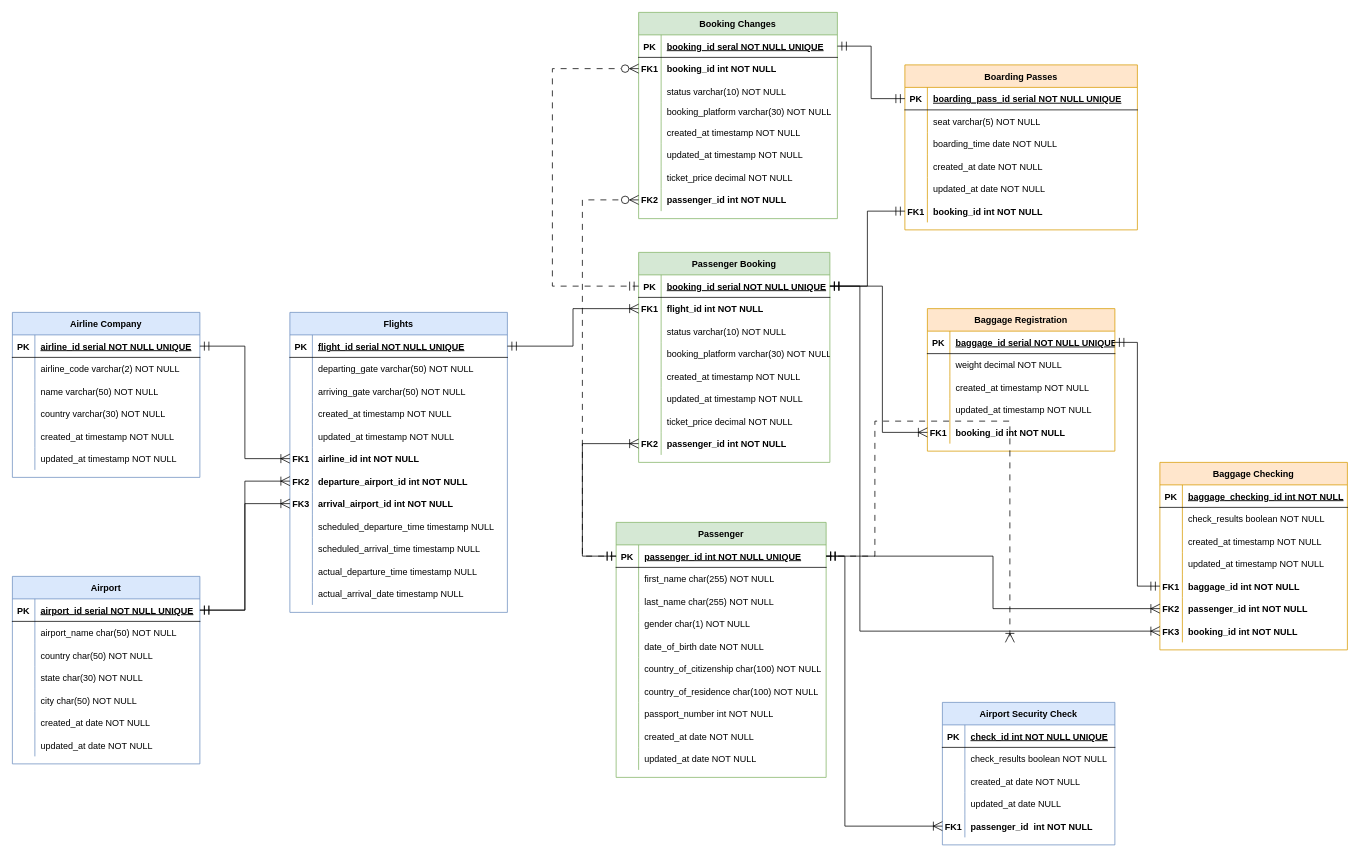
Above: Assignment1-DBMS.drawio in AnyokaCS/DBMS (draw.io), before the change. Source tidied: cells renumbered, new cells numbered last; positions are measured from the earlier drawing's top-left corner, leaving out a move shared by most shapes. Both pictures are drawn from the tidied source at 75%, with x=0, y=0 at pixel (12, 12).
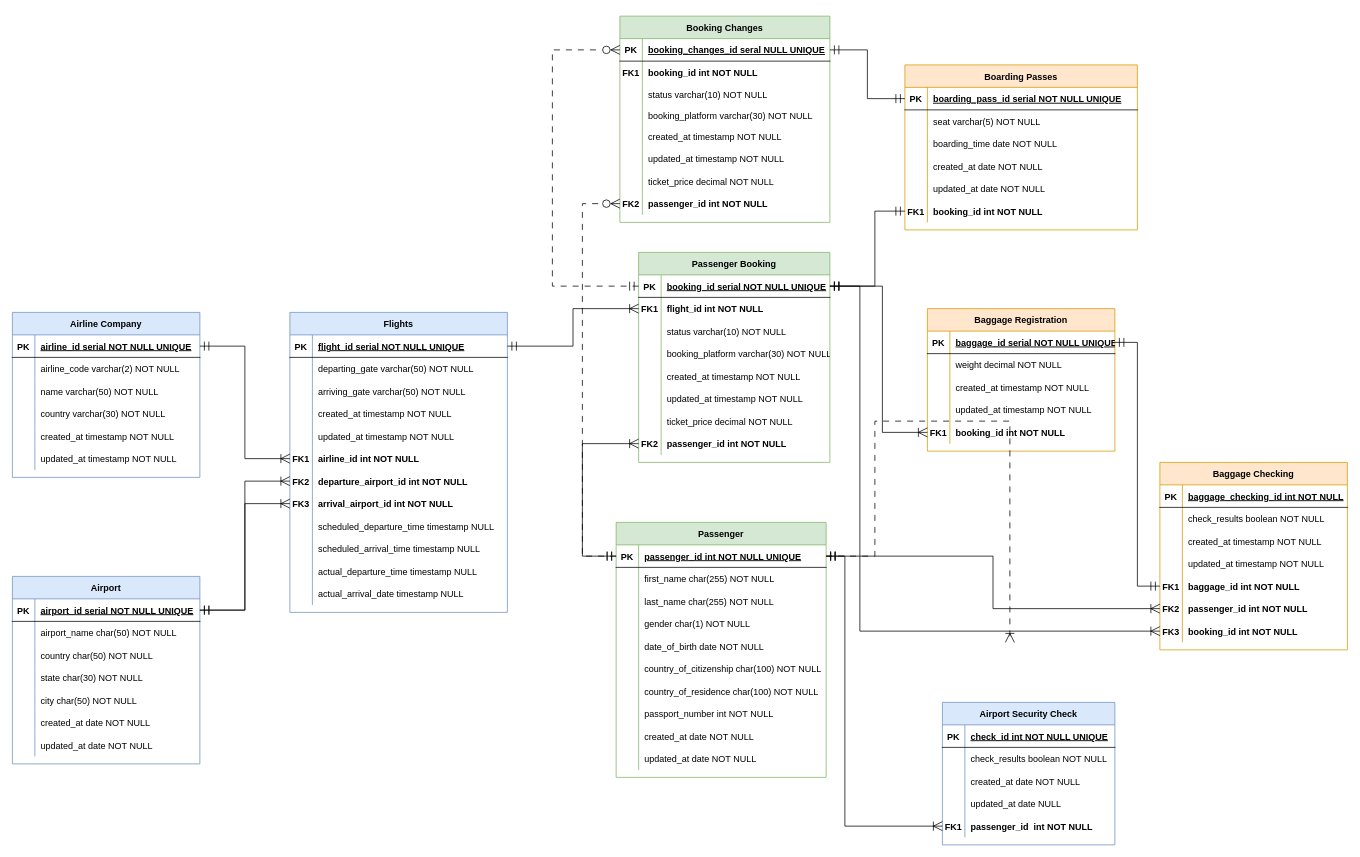
The same page after the edit.

The change refers to these unchanged cells:
```xml
<mxCell id="84" style="shape=partialRectangle;fillColor=none;points=[[0,0.5],[1,0.5]];portConstraint=eastwest;top=0;left=0;right=0;bottom=1;" parent="83" vertex="1">
  <mxGeometry y="30" width="255" height="30" as="geometry" />
</mxCell>
<mxCell id="184" style="shape=partialRectangle;fillColor=none;points=[[0,0.5],[1,0.5]];portConstraint=eastwest;top=0;left=0;right=0;bottom=0;" parent="168" vertex="1">
  <mxGeometry y="180" width="310" height="30" as="geometry" />
</mxCell>
```

The edit, as a diff of the source:
```diff
@@
     <mxCell id="141" value="Booking Changes" style="shape=table;startSize=30;childLayout=tableLayout;rowLines=0;fontStyle=1;align=center;fillColor=#d5e8d4;strokeColor=#82b366;" parent="1" vertex="1">
-      <mxGeometry x="835" width="265" height="275" as="geometry" />
+      <mxGeometry x="810" y="5" width="280" height="275" as="geometry" />
     </mxCell>
     <mxCell id="142" style="shape=partialRectangle;fillColor=none;points=[[0,0.5],[1,0.5]];portConstraint=eastwest;top=0;left=0;right=0;bottom=1;" parent="141" vertex="1">
-      <mxGeometry y="30" width="265" height="30" as="geometry" />
+      <mxGeometry y="30" width="280" height="30" as="geometry" />
     </mxCell>
@@
-    <mxCell id="144" value="booking_id seral NOT NULL UNIQUE" style="shape=partialRectangle;overflow=hidden;fillColor=none;top=0;left=0;bottom=0;right=0;align=left;spacingLeft=6;fontStyle=5;" parent="142" vertex="1">
-      <mxGeometry x="30" width="235" height="30" as="geometry" />
+    <mxCell id="144" value="booking_changes_id seral NULL UNIQUE" style="shape=partialRectangle;overflow=hidden;fillColor=none;top=0;left=0;bottom=0;right=0;align=left;spacingLeft=6;fontStyle=5;" parent="142" vertex="1">
+      <mxGeometry x="30" width="250" height="30" as="geometry" />
     </mxCell>
     <mxCell id="145" style="shape=partialRectangle;fillColor=none;points=[[0,0.5],[1,0.5]];portConstraint=eastwest;top=0;left=0;right=0;bottom=0;" parent="141" vertex="1">
-      <mxGeometry y="60" width="265" height="30" as="geometry" />
+      <mxGeometry y="60" width="280" height="30" as="geometry" />
     </mxCell>
@@
     <mxCell id="147" value="booking_id int NOT NULL" style="shape=partialRectangle;overflow=hidden;fillColor=none;top=0;left=0;bottom=0;right=0;align=left;spacingLeft=6;fontStyle=1;" parent="145" vertex="1">
-      <mxGeometry x="30" width="235" height="30" as="geometry" />
+      <mxGeometry x="30" width="250" height="30" as="geometry" />
     </mxCell>
     <mxCell id="148" style="shape=partialRectangle;fillColor=none;top=0;left=0;right=0;bottom=0;" parent="141" vertex="1">
-      <mxGeometry y="90" width="265" height="30" as="geometry" />
+      <mxGeometry y="90" width="280" height="30" as="geometry" />
     </mxCell>
@@
     <mxCell id="150" value="status varchar(10) NOT NULL" style="shape=partialRectangle;overflow=hidden;fillColor=none;top=0;left=0;bottom=0;right=0;align=left;spacingLeft=6;" parent="148" vertex="1">
-      <mxGeometry x="30" width="235" height="30" as="geometry" />
+      <mxGeometry x="30" width="250" height="30" as="geometry" />
     </mxCell>
     <mxCell id="151" style="shape=partialRectangle;fillColor=none;top=0;left=0;right=0;bottom=0;" parent="141" vertex="1">
-      <mxGeometry y="120" width="265" height="25" as="geometry" />
+      <mxGeometry y="120" width="280" height="25" as="geometry" />
     </mxCell>
@@
     <mxCell id="153" value="booking_platform varchar(30) NOT NULL" style="shape=partialRectangle;overflow=hidden;fillColor=none;top=0;left=0;bottom=0;right=0;align=left;spacingLeft=6;" parent="151" vertex="1">
-      <mxGeometry x="30" width="235" height="25" as="geometry" />
+      <mxGeometry x="30" width="250" height="25" as="geometry" />
     </mxCell>
     <mxCell id="154" style="shape=partialRectangle;fillColor=none;top=0;left=0;right=0;bottom=0;" parent="141" vertex="1">
-      <mxGeometry y="145" width="265" height="30" as="geometry" />
+      <mxGeometry y="145" width="280" height="30" as="geometry" />
     </mxCell>
@@
     <mxCell id="156" value="created_at timestamp NOT NULL" style="shape=partialRectangle;overflow=hidden;fillColor=none;top=0;left=0;bottom=0;right=0;align=left;spacingLeft=6;" parent="154" vertex="1">
-      <mxGeometry x="30" width="235" height="30" as="geometry" />
+      <mxGeometry x="30" width="250" height="30" as="geometry" />
     </mxCell>
     <mxCell id="157" style="shape=partialRectangle;fillColor=none;top=0;left=0;right=0;bottom=0;" parent="141" vertex="1">
-      <mxGeometry y="175" width="265" height="30" as="geometry" />
+      <mxGeometry y="175" width="280" height="30" as="geometry" />
     </mxCell>
@@
     <mxCell id="159" value="updated_at timestamp NOT NULL" style="shape=partialRectangle;overflow=hidden;fillColor=none;top=0;left=0;bottom=0;right=0;align=left;spacingLeft=6;" parent="157" vertex="1">
-      <mxGeometry x="30" width="235" height="30" as="geometry" />
+      <mxGeometry x="30" width="250" height="30" as="geometry" />
     </mxCell>
     <mxCell id="160" style="shape=partialRectangle;fillColor=none;top=0;left=0;right=0;bottom=0;" parent="141" vertex="1">
-      <mxGeometry y="205" width="265" height="30" as="geometry" />
+      <mxGeometry y="205" width="280" height="30" as="geometry" />
     </mxCell>
@@
     <mxCell id="162" value="ticket_price decimal NOT NULL" style="shape=partialRectangle;overflow=hidden;fillColor=none;top=0;left=0;bottom=0;right=0;align=left;spacingLeft=6;" parent="160" vertex="1">
-      <mxGeometry x="30" width="235" height="30" as="geometry" />
+      <mxGeometry x="30" width="250" height="30" as="geometry" />
     </mxCell>
     <mxCell id="163" style="shape=partialRectangle;fillColor=none;points=[[0,0.5],[1,0.5]];portConstraint=eastwest;top=0;left=0;right=0;bottom=0;" parent="141" vertex="1">
-      <mxGeometry y="235" width="265" height="30" as="geometry" />
+      <mxGeometry y="235" width="280" height="30" as="geometry" />
     </mxCell>
@@
     <mxCell id="165" value="passenger_id int NOT NULL" style="shape=partialRectangle;overflow=hidden;fillColor=none;top=0;left=0;bottom=0;right=0;align=left;spacingLeft=6;fontStyle=1;" parent="163" vertex="1">
-      <mxGeometry x="30" width="235" height="30" as="geometry" />
+      <mxGeometry x="30" width="250" height="30" as="geometry" />
     </mxCell>
-    <mxCell id="166" style="edgeStyle=orthogonalEdgeStyle;fontSize=12;html=1;endArrow=ERzeroToMany;startArrow=ERmandOne;rounded=0;exitX=0;exitY=0.5;exitDx=0;exitDy=0;entryX=0;entryY=0.5;entryDx=0;entryDy=0;dashed=1;dashPattern=8 8;endFill=0;endSize=10;startSize=10;" parent="1" edge="1" source="84" target="145">
+    <mxCell id="166" style="edgeStyle=orthogonalEdgeStyle;fontSize=12;html=1;endArrow=ERzeroToMany;startArrow=ERmandOne;rounded=0;exitX=0;exitY=0.5;exitDx=0;exitDy=0;dashed=1;dashPattern=8 8;endFill=0;endSize=10;startSize=10;" parent="1" edge="1" source="84" target="142">
       <mxGeometry relative="1" as="geometry">
         <Array as="points">
           <mxPoint x="720" y="365" />
-          <mxPoint x="720" y="75" />
+          <mxPoint x="720" y="50" />
         </Array>
       </mxGeometry>
     </mxCell>
@@
     <mxCell id="188" style="edgeStyle=elbowEdgeStyle;fontSize=12;html=1;endArrow=ERmandOne;startArrow=ERmandOne;rounded=0;exitX=0;exitY=0.5;exitDx=0;exitDy=0;entryX=1;entryY=0.5;entryDx=0;entryDy=0;endSize=10;startSize=10;" parent="1" edge="1" source="184" target="84">
-      <mxGeometry relative="1" as="geometry" />
+      <mxGeometry relative="1" as="geometry">
+        <Array as="points">
+          <mxPoint x="1150" y="315" />
+        </Array>
+      </mxGeometry>
     </mxCell>
```
